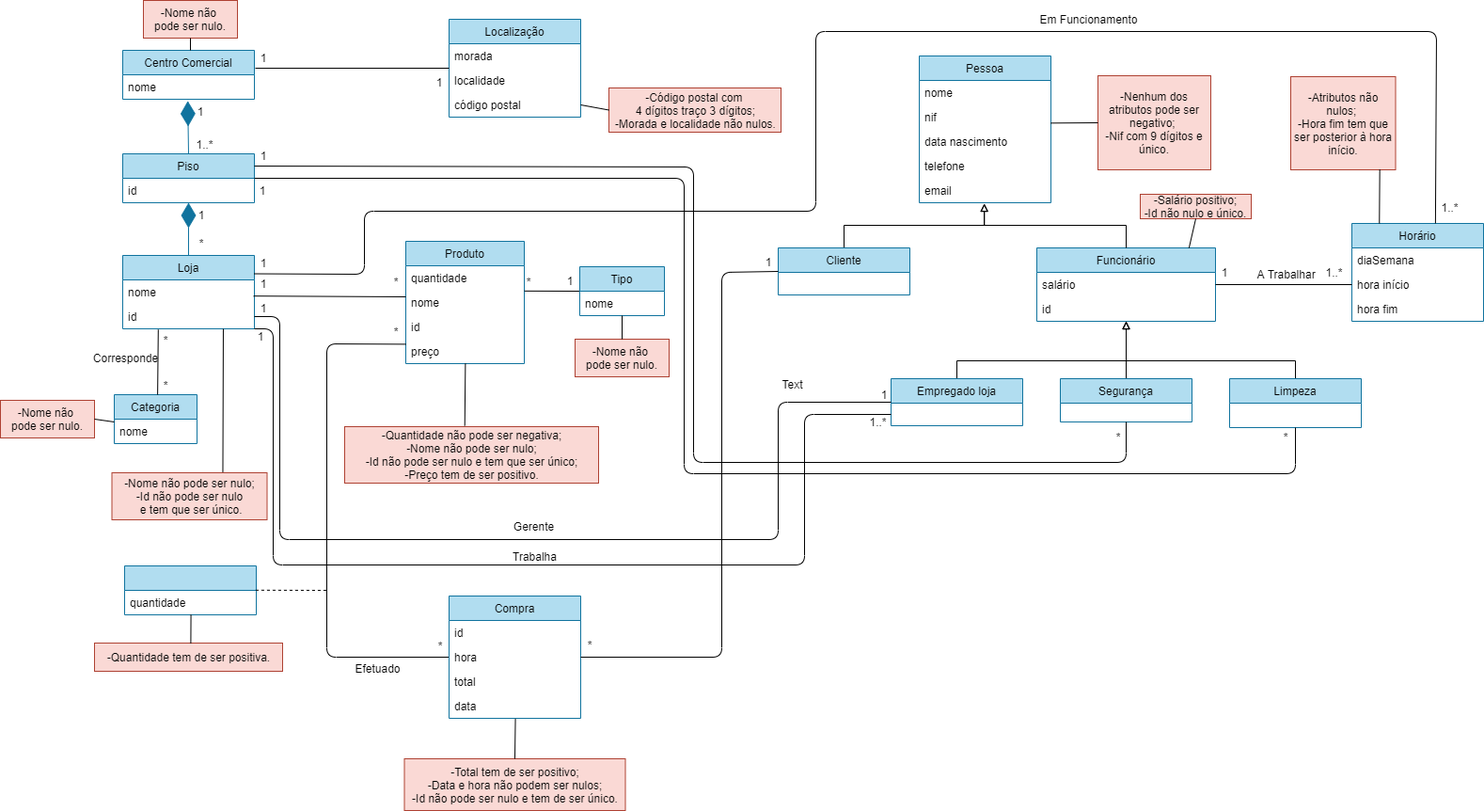
Before: Entrega3/UML 3.png, a diagram exported from draw.io (anatcruz/FEUP-BDAD_PROJ). Source tidied: cells renumbered, new cells last; positions are measured from the earlier drawing's top-left corner, leaving out a move shared by most shapes.
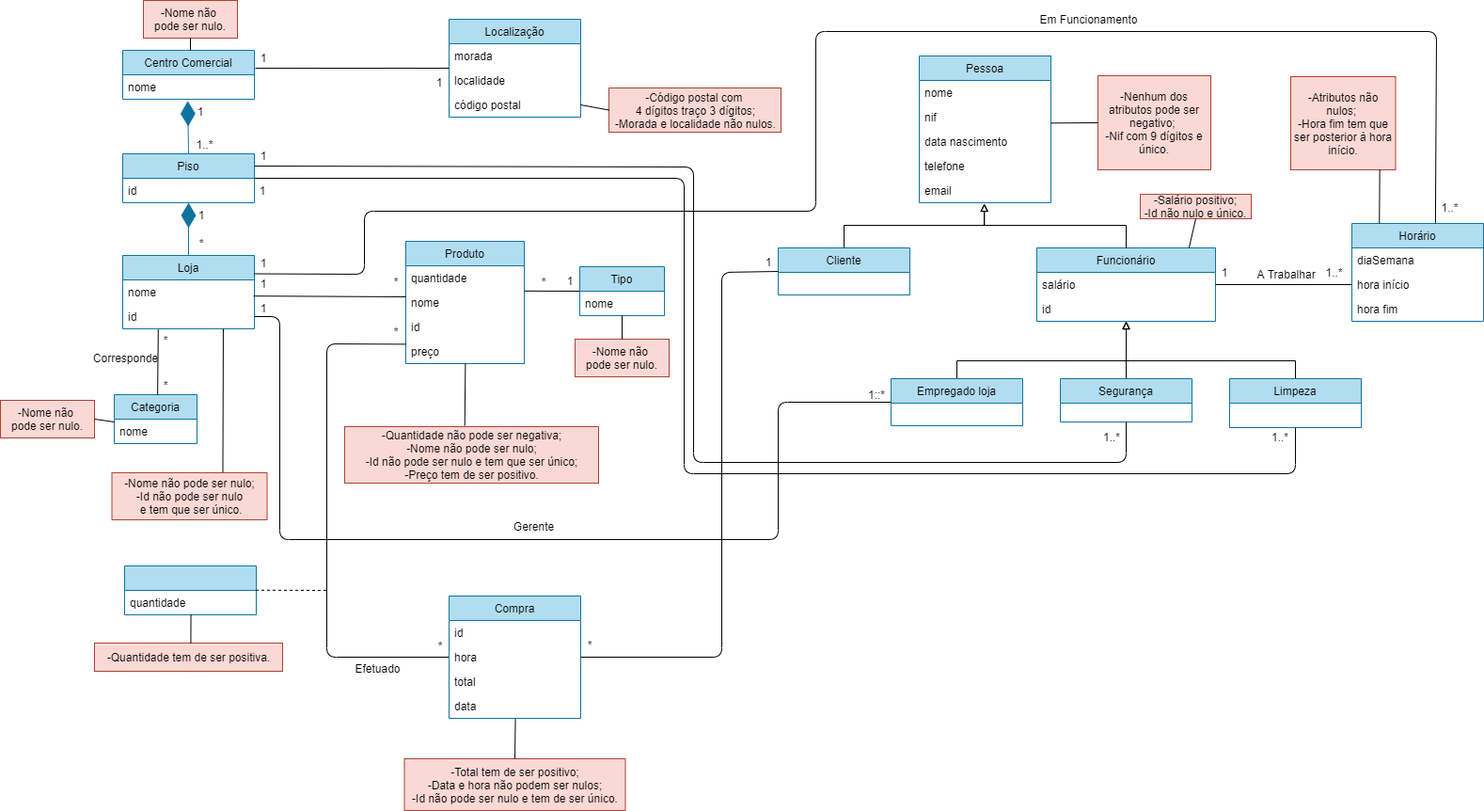
The same file after the commit.

Change to the diagram source:
```diff
@@ -147,7 +147,7 @@
       <mxGeometry x="601" y="290" width="10" height="16" as="geometry" />
     </mxCell>
     <mxCell id="45" value="&lt;font style=&quot;font-size: 12px&quot;&gt;*&lt;/font&gt;" style="text;html=1;strokeColor=none;fillColor=none;align=center;verticalAlign=middle;whiteSpace=wrap;rounded=0;" parent="1" vertex="1">
-      <mxGeometry x="557" y="291" width="10" height="16" as="geometry" />
+      <mxGeometry x="573" y="291" width="10" height="16" as="geometry" />
     </mxCell>
     <mxCell id="46" style="endArrow=none;html=1;exitX=0;exitY=0.5;exitDx=0;exitDy=0;entryX=0;entryY=0.207;entryDx=0;entryDy=0;entryPerimeter=0;" parent="1" edge="1" source="68" target="17">
       <mxGeometry relative="1" as="geometry">
@@ -287,13 +287,13 @@
     <mxCell id="82" value="&lt;font style=&quot;font-size: 12px&quot;&gt;1&lt;/font&gt;" style="text;html=1;strokeColor=none;fillColor=none;align=center;verticalAlign=middle;whiteSpace=wrap;rounded=0;" parent="1" vertex="1">
       <mxGeometry x="274" y="194" width="10" height="16" as="geometry" />
     </mxCell>
-    <mxCell id="83" value="&lt;font style=&quot;font-size: 12px&quot;&gt;*&lt;/font&gt;" style="text;html=1;strokeColor=none;fillColor=none;align=center;verticalAlign=middle;whiteSpace=wrap;rounded=0;" parent="1" vertex="1">
-      <mxGeometry x="1184" y="456" width="10" height="16" as="geometry" />
+    <mxCell id="83" value="&lt;font style=&quot;font-size: 12px&quot;&gt;1..*&lt;/font&gt;" style="text;html=1;strokeColor=none;fillColor=none;align=center;verticalAlign=middle;whiteSpace=wrap;rounded=0;" parent="1" vertex="1">
+      <mxGeometry x="1170" y="456" width="24" height="16" as="geometry" />
     </mxCell>
-    <mxCell id="84" value="&lt;font style=&quot;font-size: 12px&quot;&gt;*&lt;/font&gt;" style="text;html=1;strokeColor=none;fillColor=none;align=center;verticalAlign=middle;whiteSpace=wrap;rounded=0;" parent="1" vertex="1">
-      <mxGeometry x="1362" y="456" width="10" height="16" as="geometry" />
+    <mxCell id="84" value="&lt;font style=&quot;font-size: 12px&quot;&gt;1..*&lt;/font&gt;" style="text;html=1;strokeColor=none;fillColor=none;align=center;verticalAlign=middle;whiteSpace=wrap;rounded=0;" parent="1" vertex="1">
+      <mxGeometry x="1350" y="456" width="22" height="16" as="geometry" />
     </mxCell>
-    <mxCell id="85" style="endArrow=none;html=1;entryX=0;entryY=0.5;entryDx=0;entryDy=0;exitX=1;exitY=0.5;exitDx=0;exitDy=0;rounded=1;" parent="1" edge="1" source="12" target="55">
+    <mxCell id="85" style="endArrow=none;html=1;entryX=0;entryY=0.5;entryDx=0;entryDy=0;exitX=1;exitY=0.5;exitDx=0;exitDy=0;" parent="1" edge="1" source="12" target="55">
       <mxGeometry relative="1" as="geometry">
         <Array as="points">
           <mxPoint x="297" y="336" />
@@ -323,8 +323,8 @@
     <mxCell id="90" value="&lt;font style=&quot;font-size: 12px&quot;&gt;1&lt;/font&gt;" style="text;html=1;strokeColor=none;fillColor=none;align=center;verticalAlign=middle;whiteSpace=wrap;rounded=0;" parent="1" vertex="1">
       <mxGeometry x="275" y="319" width="10" height="16" as="geometry" />
     </mxCell>
-    <mxCell id="91" value="&lt;font style=&quot;font-size: 12px&quot;&gt;1&lt;/font&gt;" style="text;html=1;strokeColor=none;fillColor=none;align=center;verticalAlign=middle;whiteSpace=wrap;rounded=0;" parent="1" vertex="1">
-      <mxGeometry x="935" y="411" width="10" height="16" as="geometry" />
+    <mxCell id="91" value="&lt;font style=&quot;font-size: 12px&quot;&gt;1::*&lt;/font&gt;" style="text;html=1;strokeColor=none;fillColor=none;align=center;verticalAlign=middle;whiteSpace=wrap;rounded=0;" parent="1" vertex="1">
+      <mxGeometry x="920" y="411" width="24" height="16" as="geometry" />
     </mxCell>
     <mxCell id="92" value="&lt;span style=&quot;text-align: left&quot;&gt;-Código postal com &lt;br&gt;4 dígitos traço 3 dígitos;&lt;br&gt;-Morada e localidade não nulos.&lt;br&gt;&lt;/span&gt;" style="html=1;fillColor=#fad9d5;strokeColor=#ae4132;" parent="1" vertex="1">
       <mxGeometry x="647" y="93" width="183" height="47" as="geometry" />
@@ -408,29 +408,5 @@
         <mxPoint x="121" y="448" as="targetPoint" />
       </mxGeometry>
     </mxCell>
-    <mxCell id="118" style="endArrow=none;html=1;entryX=0;entryY=0.5;entryDx=0;entryDy=0;exitX=1;exitY=0.5;exitDx=0;exitDy=0;rounded=1;" parent="1" edge="1">
-      <mxGeometry relative="1" as="geometry">
-        <mxPoint x="270" y="349" as="sourcePoint" />
-        <mxPoint x="947" y="440" as="targetPoint" />
-        <Array as="points">
-          <mxPoint x="290" y="349" />
-          <mxPoint x="290" y="600" />
-          <mxPoint x="855" y="600" />
-          <mxPoint x="855" y="440" />
-        </Array>
-      </mxGeometry>
-    </mxCell>
-    <mxCell id="119" value="Trabalha" style="text;html=1;strokeColor=none;fillColor=none;align=center;verticalAlign=middle;whiteSpace=wrap;rounded=0;" parent="1" vertex="1">
-      <mxGeometry x="547" y="581" width="43" height="20" as="geometry" />
-    </mxCell>
-    <mxCell id="120" value="&lt;font style=&quot;font-size: 12px&quot;&gt;1..*&lt;/font&gt;" style="text;html=1;strokeColor=none;fillColor=none;align=center;verticalAlign=middle;whiteSpace=wrap;rounded=0;" parent="1" vertex="1">
-      <mxGeometry x="916" y="440" width="35" height="16" as="geometry" />
-    </mxCell>
-    <mxCell id="121" value="Text" style="text;html=1;align=center;verticalAlign=middle;" parent="1" vertex="1">
-      <mxGeometry x="822" y="398" width="40" height="20" as="geometry" />
-    </mxCell>
-    <mxCell id="122" value="&lt;font style=&quot;font-size: 12px&quot;&gt;1&lt;/font&gt;" style="text;html=1;strokeColor=none;fillColor=none;align=center;verticalAlign=middle;whiteSpace=wrap;rounded=0;" parent="1" vertex="1">
-      <mxGeometry x="272" y="349" width="10" height="16" as="geometry" />
-    </mxCell>
   </root>
 </mxGraphModel>
```
